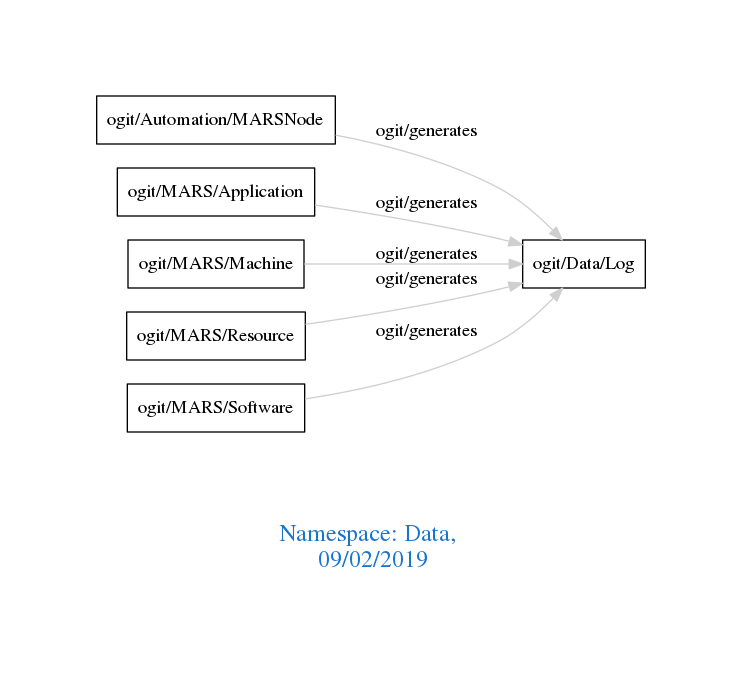
This is downloads/Data.png from arago/OGIT, a Graphviz export, as it was before one commit. Its source is kept beside it as downloads/Data.dot. The source it was exported from:
```dot
digraph OGIT_ontology {
 graph [ rankdir= LR,pad=1
fontsize = 18,
fontcolor= dodgerblue3,label = "\n\n\nNamespace: Data, \n 09/02/2019"];
node[shape=polygon];
edge [  color="gray81"];

   "ogit/Automation/MARSNode" -> "ogit/Data/Log" [label="   ogit/generates    "];
   "ogit/MARS/Application" -> "ogit/Data/Log" [label="   ogit/generates    "];
   "ogit/MARS/Machine" -> "ogit/Data/Log" [label="   ogit/generates    "];
   "ogit/MARS/Resource" -> "ogit/Data/Log" [label="   ogit/generates    "];
   "ogit/MARS/Software" -> "ogit/Data/Log" [label="   ogit/generates    "];
}
```
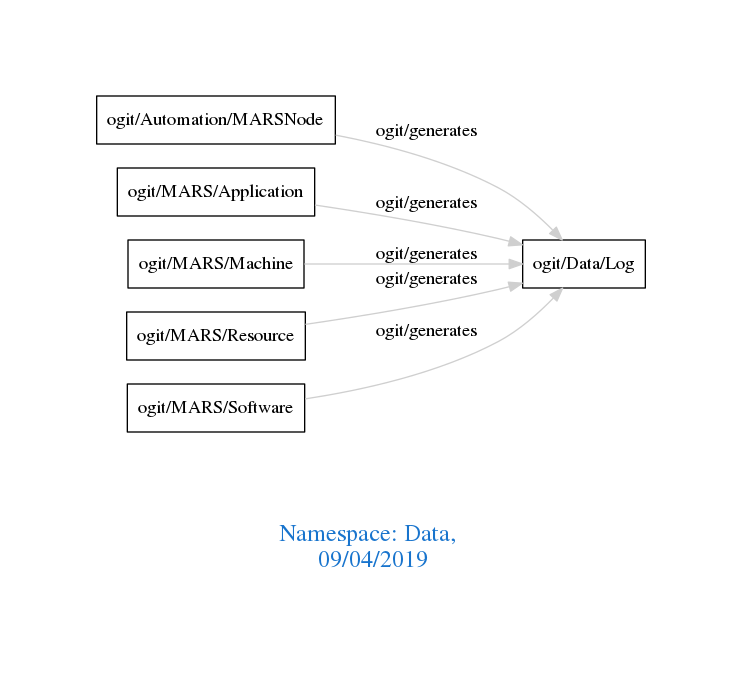
After the commit.

Change to the diagram source:
```diff
@@ -1,7 +1,7 @@
 digraph OGIT_ontology {
  graph [ rankdir= LR,pad=1
 fontsize = 18,
-fontcolor= dodgerblue3,label = "\n\n\nNamespace: Data, \n 09/02/2019"];
+fontcolor= dodgerblue3,label = "\n\n\nNamespace: Data, \n 09/04/2019"];
 node[shape=polygon];
 edge [  color="gray81"];
 
```
